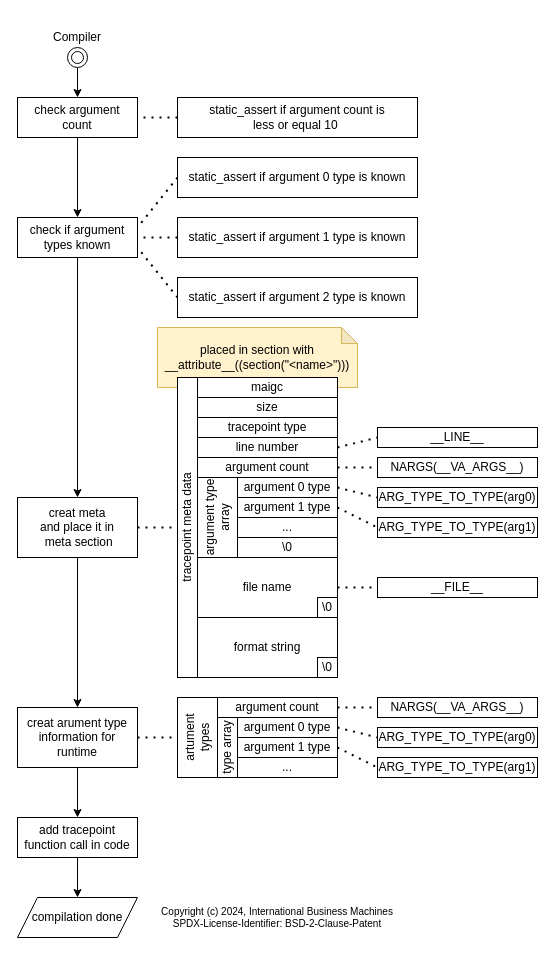
Before: docs/diagrams/clltk_flow_tracepoint_compilation.drawio in IBM/CommonLowLevelTracingKit, a draw.io diagram. Source tidied: cells renumbered, new cells numbered last; positions are measured from the earlier drawing's top-left corner, leaving out a move shared by most shapes. Both pictures are drawn from the tidied source at 100%, with x=0, y=0 at pixel (17, 17).
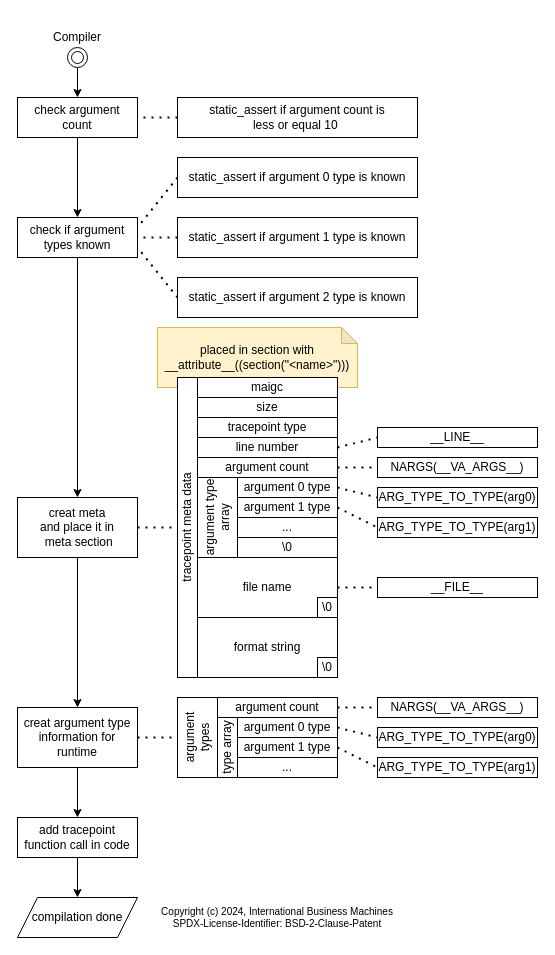
After the change.

Change to the diagram source:
```diff
@@
-    <mxCell id="40" value="creat arument type information for runtime" style="rounded=0;whiteSpace=wrap;html=1;" parent="1" vertex="1">
+    <mxCell id="40" value="creat argument type information for runtime" style="rounded=0;whiteSpace=wrap;html=1;" parent="1" vertex="1">
       <mxGeometry y="690" width="120" height="60" as="geometry" />
     </mxCell>
@@
-    <mxCell id="47" value="artument types" style="rounded=0;whiteSpace=wrap;html=1;rotation=-90;" parent="1" vertex="1">
+    <mxCell id="47" value="argument types" style="rounded=0;whiteSpace=wrap;html=1;rotation=-90;" parent="1" vertex="1">
       <mxGeometry x="140" y="700" width="80" height="40" as="geometry" />
     </mxCell>
```
